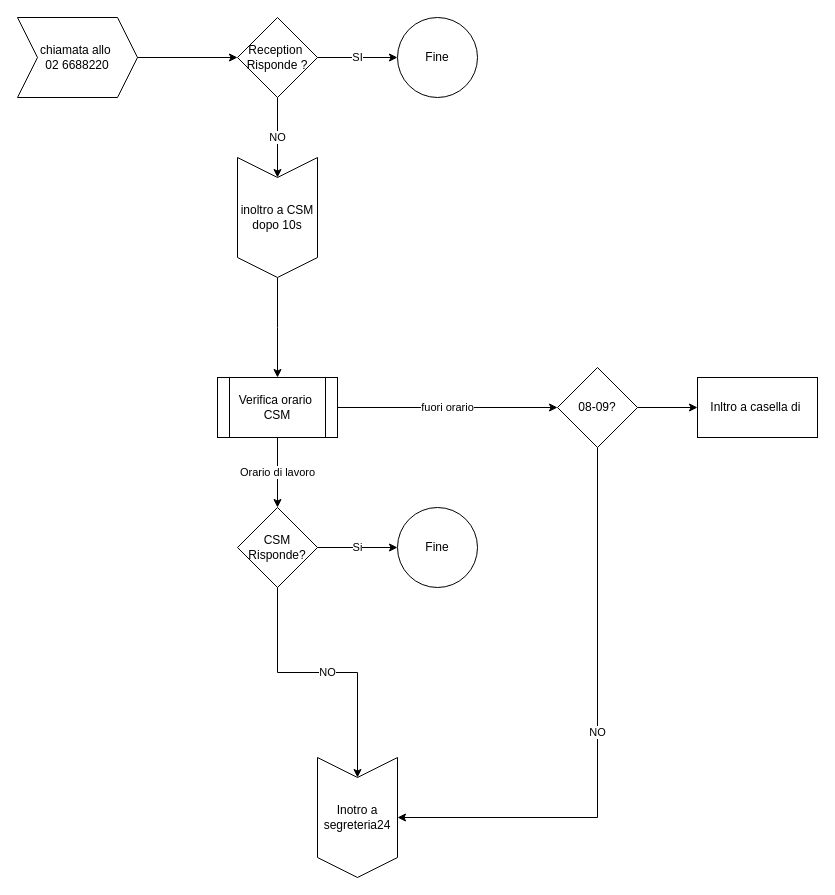
Before: Diagramma senza titolo.drawio in EugeMere/diagrams, a draw.io diagram. Source tidied: cells renumbered, new cells numbered last; positions are measured from the earlier drawing's top-left corner, leaving out a move shared by most shapes. Both pictures are drawn from the tidied source at 100%, with x=0, y=0 at pixel (17, 17).
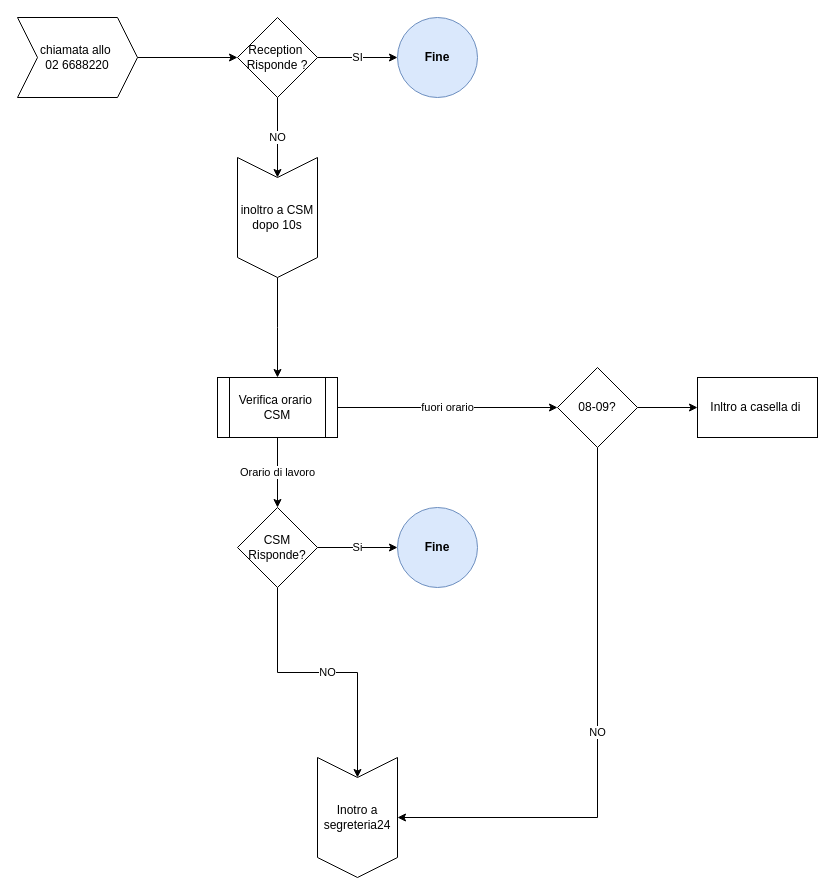
The same diagram, later.

Commit message (it also covers changes not shown here):
Flusso Telefonia KI

The edit, as a diff of the source:
```diff
@@
-    <mxCell id="7" value="Fine" style="ellipse;whiteSpace=wrap;html=1;" parent="1" vertex="1">
+    <mxCell id="7" value="Fine" style="ellipse;whiteSpace=wrap;html=1;fillColor=#dae8fc;strokeColor=#6c8ebf;fontStyle=1;labelBackgroundColor=none;labelBorderColor=none;" parent="1" vertex="1">
       <mxGeometry x="380" width="80" height="80" as="geometry" />
     </mxCell>
@@
-    <mxCell id="16" value="Fine" style="ellipse;whiteSpace=wrap;html=1;" parent="1" vertex="1">
+    <mxCell id="16" value="Fine" style="ellipse;whiteSpace=wrap;html=1;fillColor=#dae8fc;strokeColor=#6c8ebf;gradientColor=none;fontStyle=1;" parent="1" vertex="1">
       <mxGeometry x="380" y="490" width="80" height="80" as="geometry" />
     </mxCell>
```
